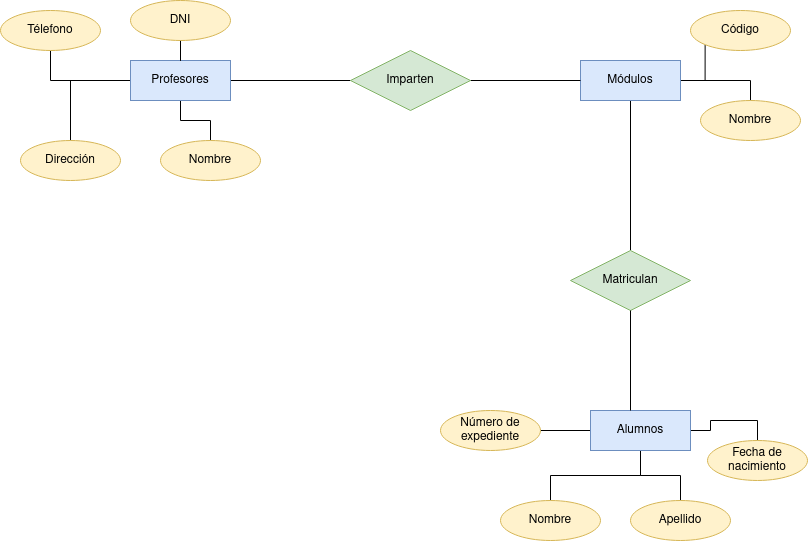
Earlier version of the draw.io export Unidad-1/Tareas/Tarea-2-3/Tarea 5.drawio.png (GgbGabrielGarcia/Base-Datos). Source tidied: cells renumbered, new cells last; positions are measured from the earlier drawing's top-left corner, leaving out a move shared by most shapes.
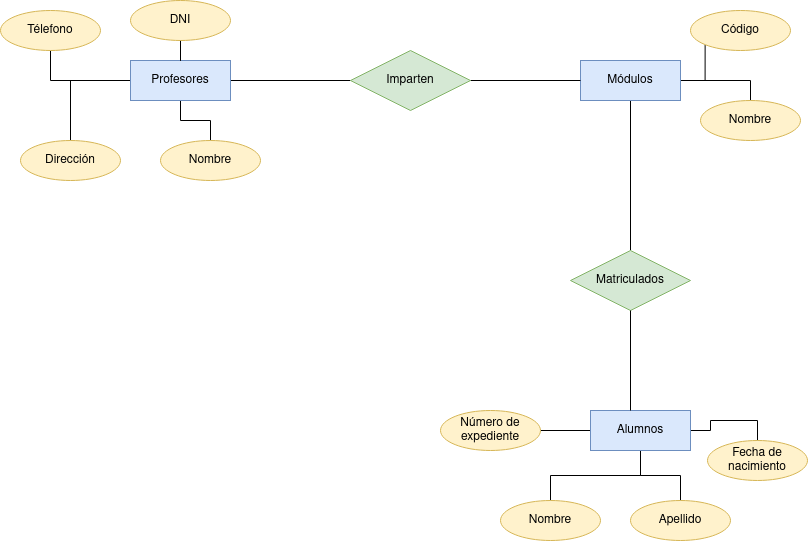
After the commit.

What changed in the source:
```diff
@@ -50,7 +50,7 @@
     <mxCell id="17" value="Imparten" style="shape=rhombus;perimeter=rhombusPerimeter;whiteSpace=wrap;html=1;align=center;fillColor=#d5e8d4;strokeColor=#82b366;" parent="1" vertex="1">
       <mxGeometry x="350" y="50" width="120" height="60" as="geometry" />
     </mxCell>
-    <mxCell id="18" value="Matriculan" style="shape=rhombus;perimeter=rhombusPerimeter;whiteSpace=wrap;html=1;align=center;fillColor=#d5e8d4;strokeColor=#82b366;" parent="1" vertex="1">
+    <mxCell id="18" value="Matriculados" style="shape=rhombus;perimeter=rhombusPerimeter;whiteSpace=wrap;html=1;align=center;fillColor=#d5e8d4;strokeColor=#82b366;" parent="1" vertex="1">
       <mxGeometry x="570" y="250" width="120" height="60" as="geometry" />
     </mxCell>
     <mxCell id="19" value="Nombre" style="ellipse;whiteSpace=wrap;html=1;align=center;fillColor=#fff2cc;strokeColor=#d6b656;" parent="1" vertex="1">
```
